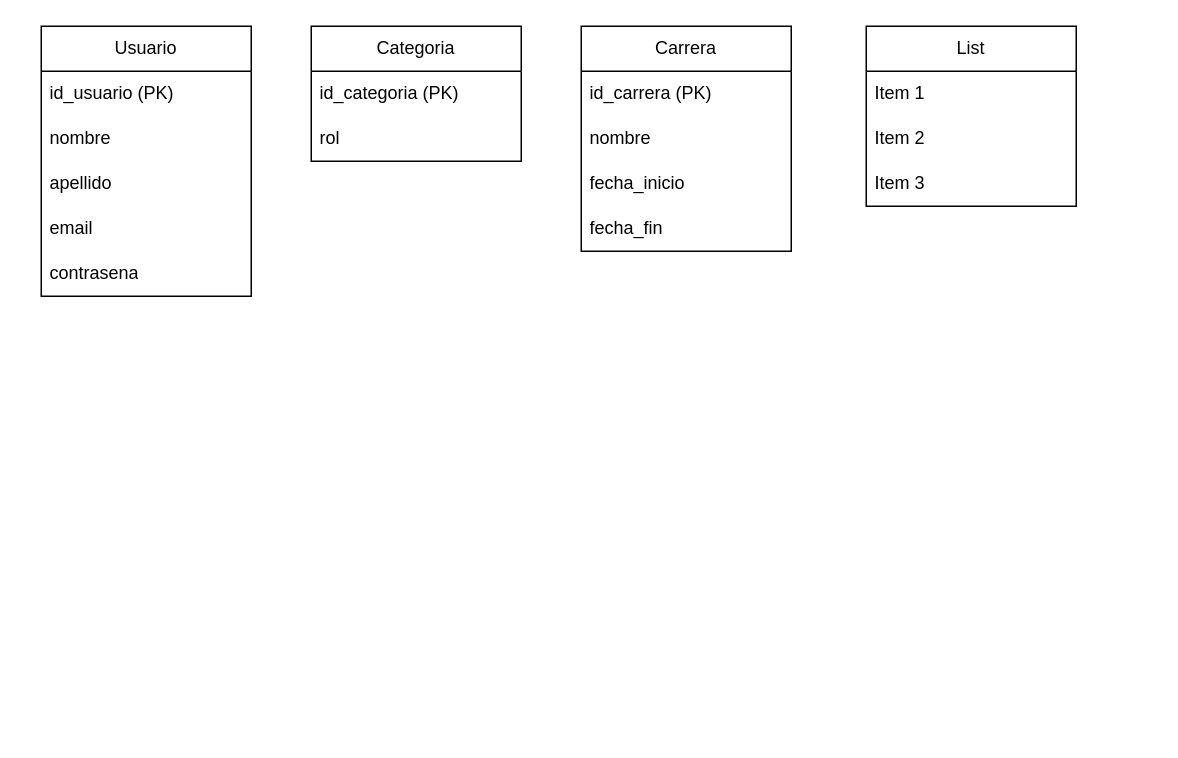
Above: pg.drawio in didi90/tarea (draw.io), before the change. Source tidied: cells renumbered, new cells numbered last; positions are measured from the earlier drawing's top-left corner, leaving out a move shared by most shapes. Both pictures are drawn from the tidied source at 150%, with x=0, y=0 at pixel (40, 26).
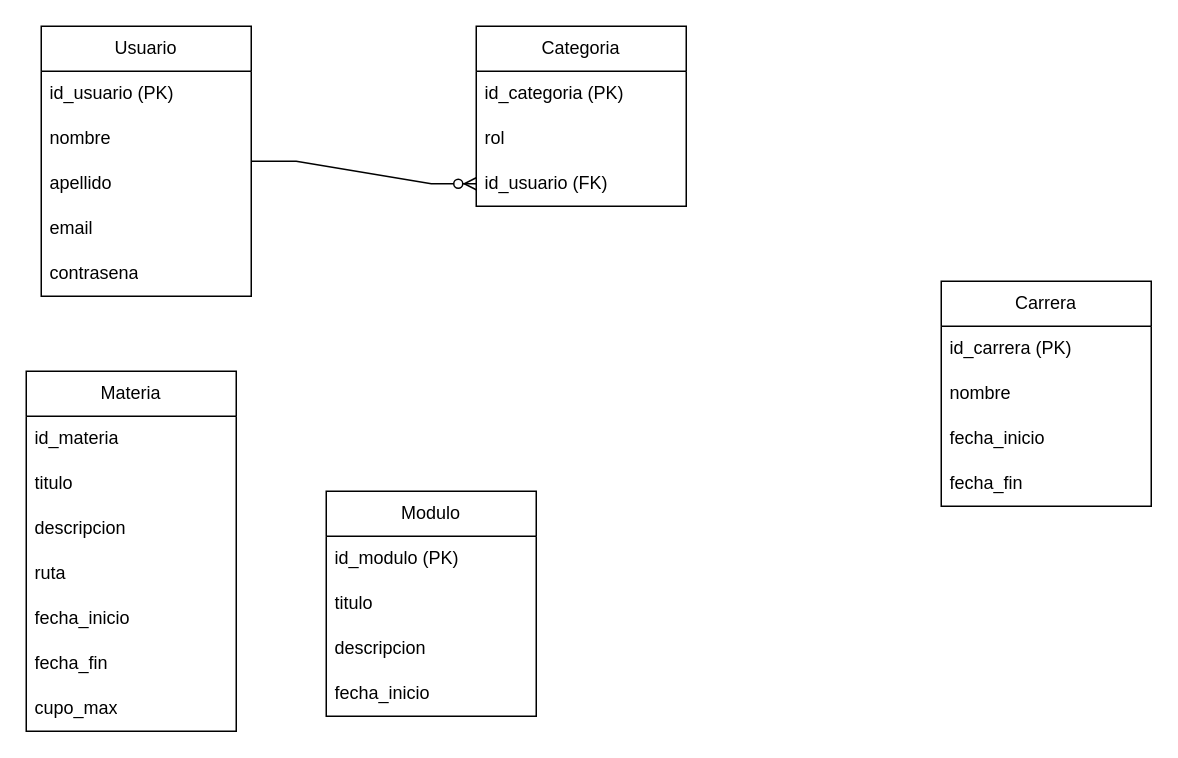
The same page after the edit.

Unchanged cells that the change refers to:
```xml
<mxCell id="2" value="Usuario" style="swimlane;fontStyle=0;horizontal=1;startSize=30;whiteSpace=wrap;html=1;" parent="1" vertex="1">
  <mxGeometry width="140" height="180" as="geometry" />
</mxCell>
```

Change to the diagram source:
```diff
@@
     <mxCell id="8" value="Categoria" style="swimlane;fontStyle=0;horizontal=1;startSize=30;whiteSpace=wrap;html=1;" parent="1" vertex="1">
-      <mxGeometry x="180" width="140" height="90" as="geometry" />
+      <mxGeometry x="290" width="140" height="120" as="geometry" />
     </mxCell>
@@
+    <mxCell id="20" value="id_usuario (FK)" style="text;strokeColor=none;fillColor=none;align=left;verticalAlign=middle;spacingLeft=4;spacingRight=4;overflow=hidden;points=[[0,0.5],[1,0.5]];portConstraint=eastwest;whiteSpace=wrap;html=1;" parent="8" vertex="1">
+      <mxGeometry y="90" width="140" height="30" as="geometry" />
+    </mxCell>
     <mxCell id="11" value="Carrera" style="swimlane;fontStyle=0;horizontal=1;startSize=30;whiteSpace=wrap;html=1;" parent="1" vertex="1">
-      <mxGeometry x="360" width="140" height="150" as="geometry" />
+      <mxGeometry x="600" y="170" width="140" height="150" as="geometry" />
     </mxCell>
@@
-    <mxCell id="16" value="List" style="swimlane;fontStyle=0;horizontal=1;startSize=30;whiteSpace=wrap;html=1;" parent="1" vertex="1">
-      <mxGeometry x="550" width="140" height="120" as="geometry" />
+    <mxCell id="16" value="Materia" style="swimlane;fontStyle=0;horizontal=1;startSize=30;whiteSpace=wrap;html=1;" parent="1" vertex="1">
+      <mxGeometry x="-10" y="230" width="140" height="240" as="geometry" />
     </mxCell>
-    <mxCell id="17" value="Item 1" style="text;strokeColor=none;fillColor=none;align=left;verticalAlign=middle;spacingLeft=4;spacingRight=4;overflow=hidden;whiteSpace=wrap;html=1;" parent="16" vertex="1">
+    <mxCell id="17" value="id_materia" style="text;strokeColor=none;fillColor=none;align=left;verticalAlign=middle;spacingLeft=4;spacingRight=4;overflow=hidden;whiteSpace=wrap;html=1;" parent="16" vertex="1">
       <mxGeometry y="30" width="140" height="30" as="geometry" />
     </mxCell>
-    <mxCell id="18" value="Item 2" style="text;strokeColor=none;fillColor=none;align=left;verticalAlign=middle;spacingLeft=4;spacingRight=4;overflow=hidden;whiteSpace=wrap;html=1;" parent="16" vertex="1">
+    <mxCell id="18" value="titulo" style="text;strokeColor=none;fillColor=none;align=left;verticalAlign=middle;spacingLeft=4;spacingRight=4;overflow=hidden;whiteSpace=wrap;html=1;" parent="16" vertex="1">
       <mxGeometry y="60" width="140" height="30" as="geometry" />
     </mxCell>
-    <mxCell id="19" value="Item 3" style="text;strokeColor=none;fillColor=none;align=left;verticalAlign=middle;spacingLeft=4;spacingRight=4;overflow=hidden;whiteSpace=wrap;html=1;" parent="16" vertex="1">
+    <mxCell id="19" value="descripcion" style="text;strokeColor=none;fillColor=none;align=left;verticalAlign=middle;spacingLeft=4;spacingRight=4;overflow=hidden;whiteSpace=wrap;html=1;" parent="16" vertex="1">
       <mxGeometry y="90" width="140" height="30" as="geometry" />
     </mxCell>
+    <mxCell id="21" value="ruta" style="text;strokeColor=none;fillColor=none;align=left;verticalAlign=middle;spacingLeft=4;spacingRight=4;overflow=hidden;whiteSpace=wrap;html=1;" parent="16" vertex="1">
+      <mxGeometry y="120" width="140" height="30" as="geometry" />
+    </mxCell>
+    <mxCell id="22" value="fecha_inicio" style="text;strokeColor=none;fillColor=none;align=left;verticalAlign=middle;spacingLeft=4;spacingRight=4;overflow=hidden;whiteSpace=wrap;html=1;" parent="16" vertex="1">
+      <mxGeometry y="150" width="140" height="30" as="geometry" />
+    </mxCell>
+    <mxCell id="23" value="fecha_fin" style="text;strokeColor=none;fillColor=none;align=left;verticalAlign=middle;spacingLeft=4;spacingRight=4;overflow=hidden;whiteSpace=wrap;html=1;" parent="16" vertex="1">
+      <mxGeometry y="180" width="140" height="30" as="geometry" />
+    </mxCell>
+    <mxCell id="24" value="cupo_max" style="text;strokeColor=none;fillColor=none;align=left;verticalAlign=middle;spacingLeft=4;spacingRight=4;overflow=hidden;whiteSpace=wrap;html=1;" parent="16" vertex="1">
+      <mxGeometry y="210" width="140" height="30" as="geometry" />
+    </mxCell>
+    <mxCell id="25" value="Modulo" style="swimlane;fontStyle=0;horizontal=1;startSize=30;whiteSpace=wrap;html=1;" parent="1" vertex="1">
+      <mxGeometry x="190" y="310" width="140" height="150" as="geometry" />
+    </mxCell>
+    <mxCell id="26" value="id_modulo (PK)" style="text;strokeColor=none;fillColor=none;align=left;verticalAlign=middle;spacingLeft=4;spacingRight=4;overflow=hidden;whiteSpace=wrap;html=1;" parent="25" vertex="1">
+      <mxGeometry y="30" width="140" height="30" as="geometry" />
+    </mxCell>
+    <mxCell id="27" value="titulo" style="text;strokeColor=none;fillColor=none;align=left;verticalAlign=middle;spacingLeft=4;spacingRight=4;overflow=hidden;whiteSpace=wrap;html=1;" parent="25" vertex="1">
+      <mxGeometry y="60" width="140" height="30" as="geometry" />
+    </mxCell>
+    <mxCell id="28" value="descripcion" style="text;strokeColor=none;fillColor=none;align=left;verticalAlign=middle;spacingLeft=4;spacingRight=4;overflow=hidden;whiteSpace=wrap;html=1;" parent="25" vertex="1">
+      <mxGeometry y="90" width="140" height="30" as="geometry" />
+    </mxCell>
+    <mxCell id="29" value="fecha_inicio" style="text;strokeColor=none;fillColor=none;align=left;verticalAlign=middle;spacingLeft=4;spacingRight=4;overflow=hidden;whiteSpace=wrap;html=1;" parent="25" vertex="1">
+      <mxGeometry y="120" width="140" height="30" as="geometry" />
+    </mxCell>
+    <mxCell id="30" style="edgeStyle=entityRelationEdgeStyle;fontSize=12;html=1;endArrow=ERzeroToMany;endFill=1;rounded=0;" parent="1" edge="1" source="2" target="20">
+      <mxGeometry relative="1" as="geometry" />
+    </mxCell>
```
